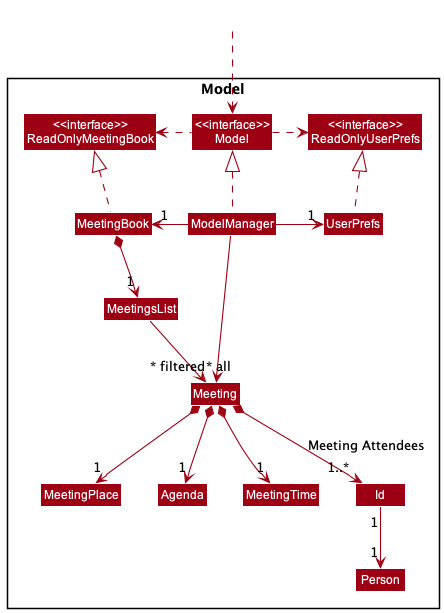
This is docs/images/MeetingModelClassDiagram.png from tonishka/tp, a PlantUML export, as it was before one commit.
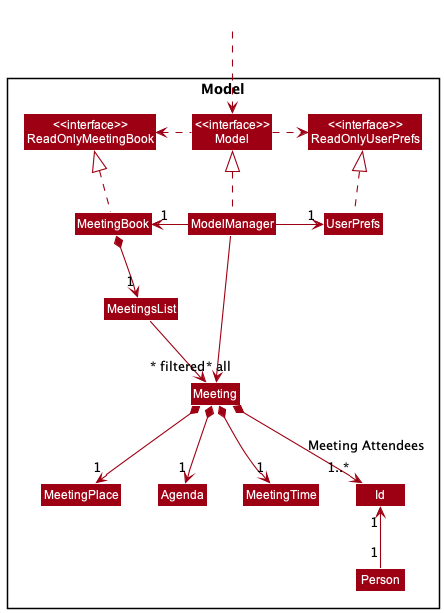
The same diagram one commit later.

Commit message:
Update Model Class Diagrams

Change to the diagram source:
```diff
@@ -40,7 +40,7 @@
 Meeting *--> "1" Agenda
 Meeting *--> "1..*" Id : Meeting Attendees
 
-Id "1" --> "1" Person
+Id "1" <-- "1" Person
 
 ModelManager -->"~* filtered" Meeting
 @enduml
```
